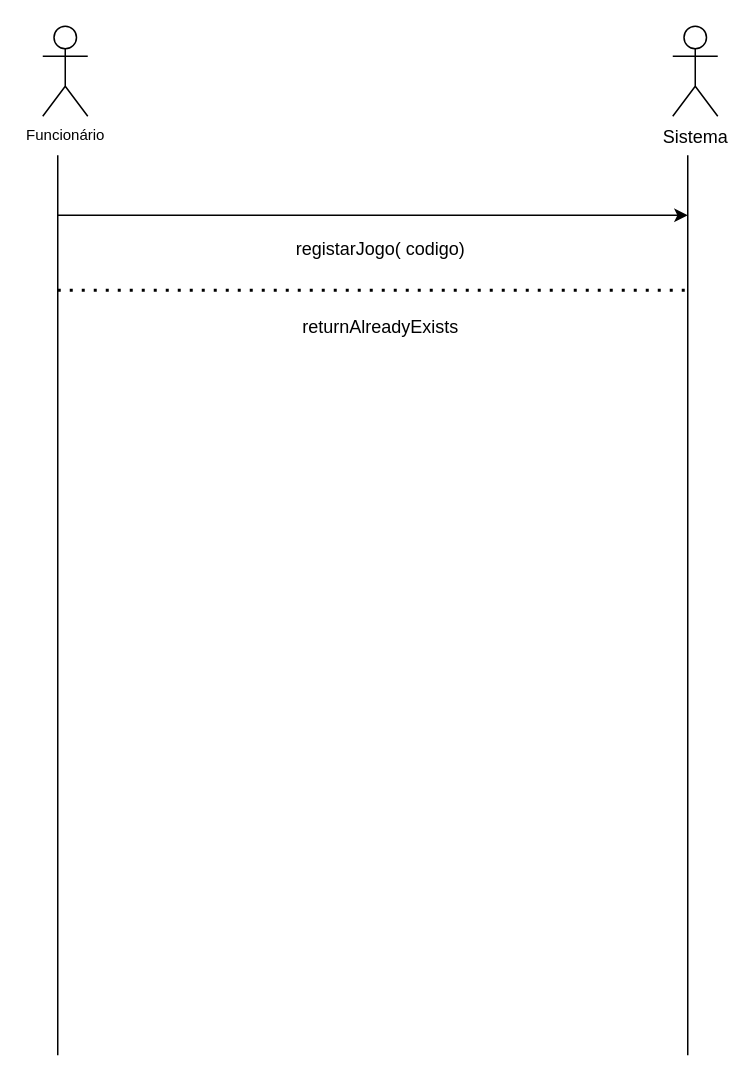
luccamarshall/DCO keeps this draw.io diagram as ssd3_extensao.drawio. Above is the earlier version. Source tidied: cells renumbered, new cells numbered last; positions are measured from the earlier drawing's top-left corner, leaving out a move shared by most shapes. Both pictures are drawn from the tidied source at 150%, with x=0, y=0 at pixel (42, 26).
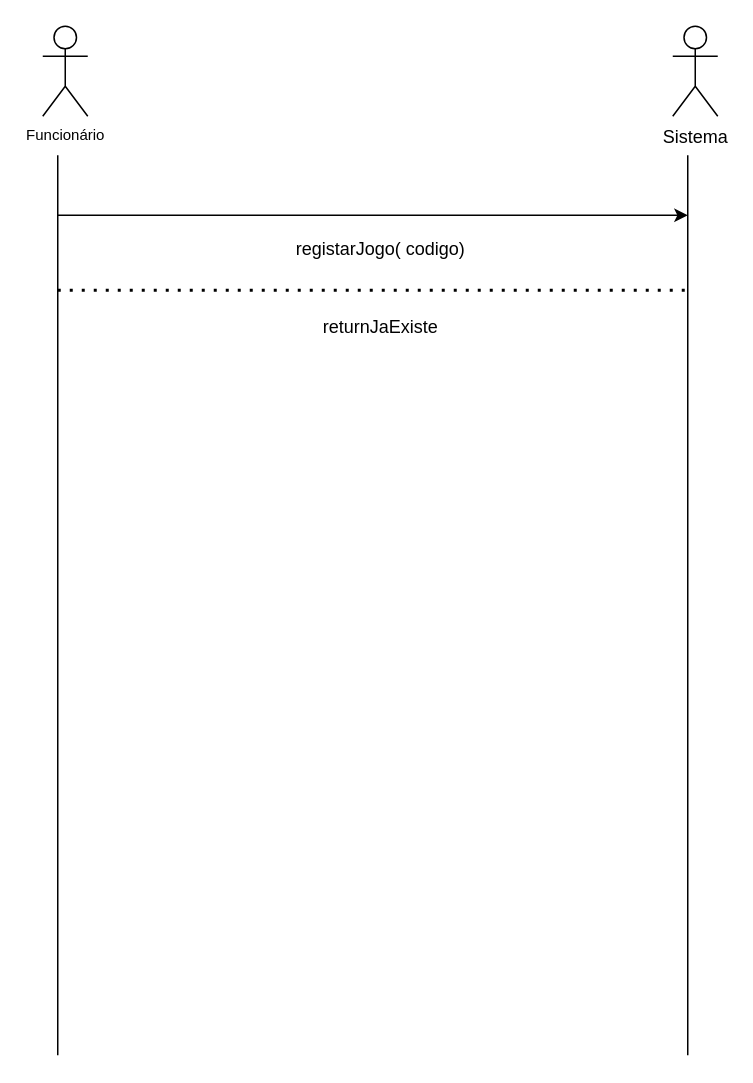
Above is the later version.

Diff of the diagram source:
```diff
@@
 <mxGraphModel>
   <root>
     <mxCell id="0" />
     <mxCell id="1" parent="0" />
     <mxCell id="2" value="&lt;sup&gt;Funcionário&lt;/sup&gt;" style="shape=umlActor;verticalLabelPosition=bottom;verticalAlign=top;html=1;" parent="1" vertex="1">
       <mxGeometry width="30" height="60" as="geometry" />
     </mxCell>
     <mxCell id="3" value="Sistema&lt;br&gt;" style="shape=umlActor;verticalLabelPosition=bottom;verticalAlign=top;html=1;" parent="1" vertex="1">
       <mxGeometry x="420" width="30" height="60" as="geometry" />
     </mxCell>
     <mxCell id="4" style="endArrow=none;html=1;rounded=0;" parent="1" edge="1">
       <mxGeometry relative="1" as="geometry">
         <mxPoint x="10" y="686" as="sourcePoint" />
         <mxPoint x="10" y="86" as="targetPoint" />
       </mxGeometry>
     </mxCell>
     <mxCell id="5" style="endArrow=classic;html=1;rounded=0;" parent="1" edge="1">
       <mxGeometry relative="1" as="geometry">
         <mxPoint x="10" y="126" as="sourcePoint" />
         <mxPoint x="430" y="126" as="targetPoint" />
       </mxGeometry>
     </mxCell>
     <mxCell id="6" value="registarJogo( codigo)" style="text;html=1;align=center;verticalAlign=middle;strokeColor=none;fillColor=none;" parent="1" vertex="1">
       <mxGeometry x="155" y="134" width="140" height="30" as="geometry" />
     </mxCell>
     <mxCell id="7" style="endArrow=none;html=1;rounded=0;" parent="1" edge="1">
       <mxGeometry relative="1" as="geometry">
         <mxPoint x="430" y="686" as="sourcePoint" />
         <mxPoint x="430" y="86" as="targetPoint" />
       </mxGeometry>
     </mxCell>
     <mxCell id="8" style="endArrow=none;dashed=1;html=1;dashPattern=1 3;strokeWidth=2;rounded=0;" parent="1" edge="1">
       <mxGeometry relative="1" as="geometry">
         <mxPoint x="10" y="176" as="sourcePoint" />
         <mxPoint x="430" y="176" as="targetPoint" />
       </mxGeometry>
     </mxCell>
-    <mxCell id="9" value="returnAlreadyExists" style="text;html=1;align=center;verticalAlign=middle;strokeColor=none;fillColor=none;" parent="1" vertex="1">
-      <mxGeometry x="160" y="186" width="130" height="30" as="geometry" />
+    <mxCell id="9" value="returnJaExiste" style="text;html=1;align=center;verticalAlign=middle;strokeColor=none;fillColor=none;" parent="1" vertex="1">
+      <mxGeometry x="175" y="186" width="100" height="30" as="geometry" />
     </mxCell>
   </root>
 </mxGraphModel>
```
